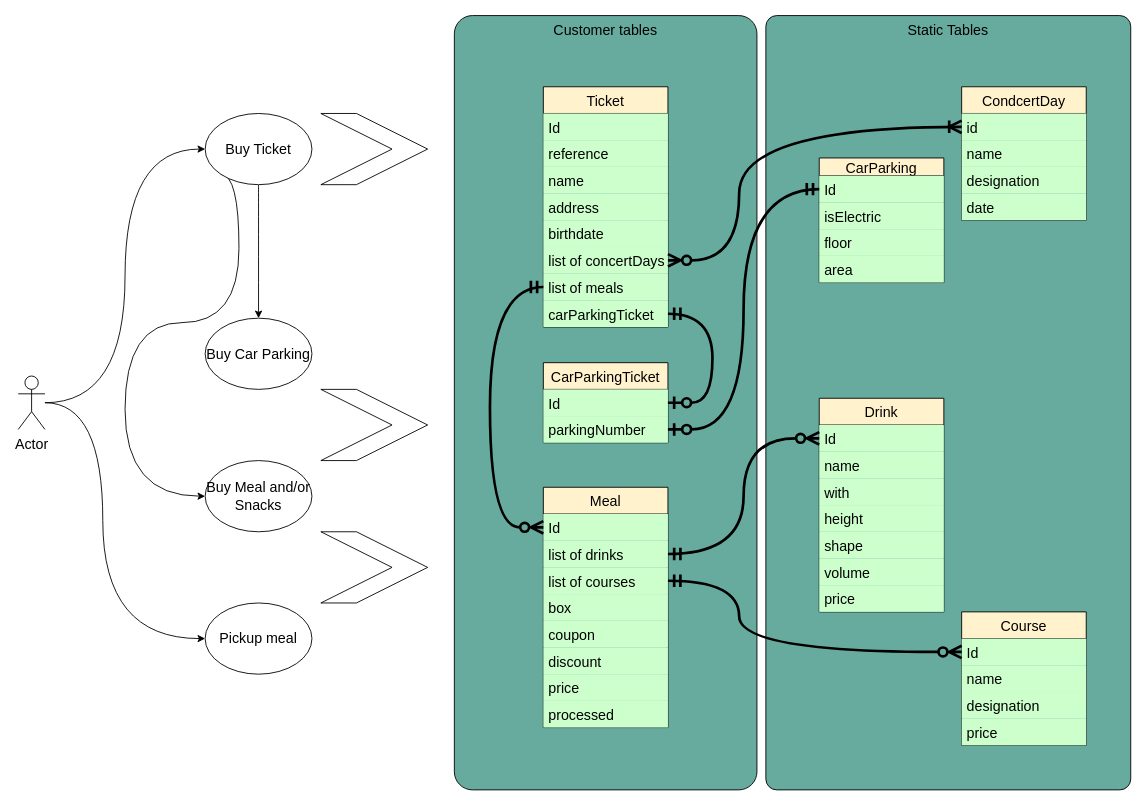
Earlier version of the draw.io diagram docs/sketches/articles.oyc.sketch1.drawio (jesperancinha/buy-odd-yucca-concert). Source tidied: cells renumbered, new cells numbered last; positions are measured from the earlier drawing's top-left corner, leaving out a move shared by most shapes. Both pictures are drawn from the tidied source at 89%, with x=0, y=0 at pixel (18, 15).
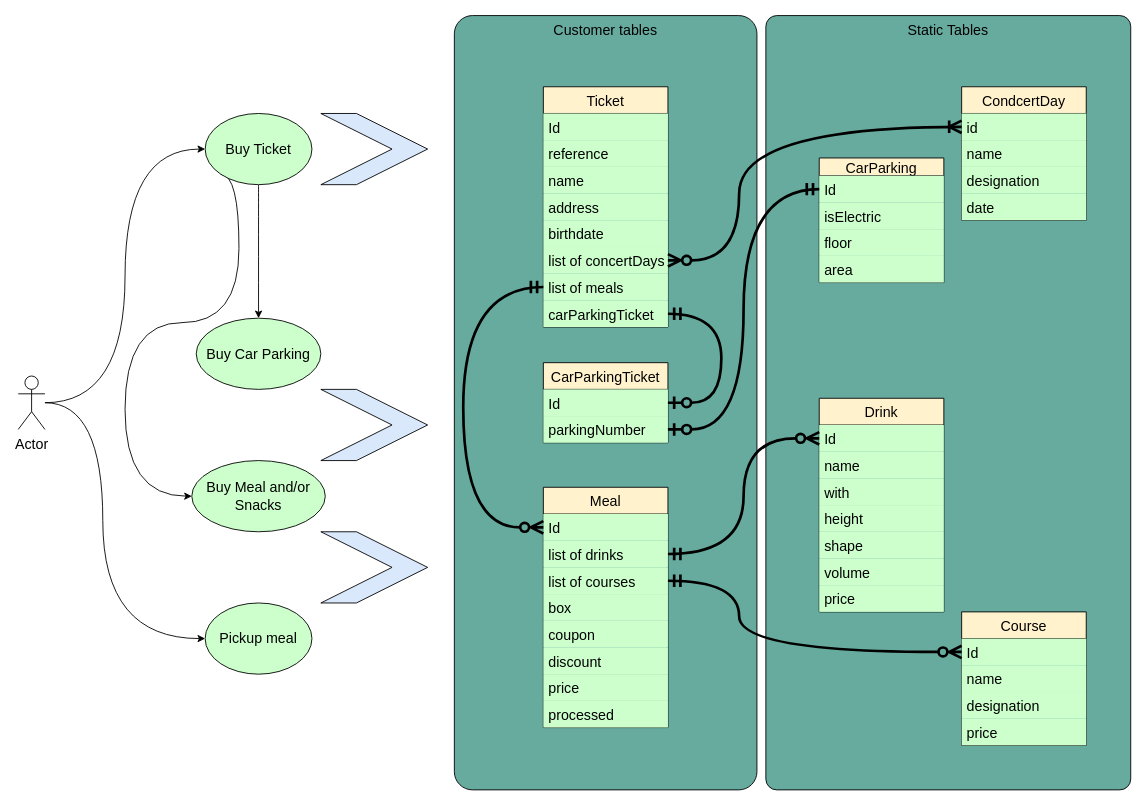
The same page after the edit.

Unchanged cells that the change refers to:
```xml
<mxCell id="14" value="list of meals" style="text;strokeColor=none;fillColor=#CCFFCC;align=left;verticalAlign=middle;spacingLeft=4;spacingRight=4;overflow=hidden;points=[[0,0.5],[1,0.5]];portConstraint=eastwest;fontSize=16;" parent="7" vertex="1">
  <mxGeometry y="210" width="140" height="30" as="geometry" />
</mxCell>
<mxCell id="15" value="carParkingTicket" style="text;strokeColor=none;fillColor=#CCFFCC;align=left;verticalAlign=middle;spacingLeft=4;spacingRight=4;overflow=hidden;points=[[0,0.5],[1,0.5]];portConstraint=eastwest;fontSize=16;" parent="7" vertex="1">
  <mxGeometry y="240" width="140" height="30" as="geometry" />
</mxCell>
<mxCell id="22" value="Id" style="text;strokeColor=none;fillColor=#CCFFCC;align=left;verticalAlign=middle;spacingLeft=4;spacingRight=4;overflow=hidden;points=[[0,0.5],[1,0.5]];portConstraint=eastwest;fontSize=16;" parent="21" vertex="1">
  <mxGeometry y="30" width="140" height="30" as="geometry" />
</mxCell>
<mxCell id="35" value="Id" style="text;strokeColor=none;fillColor=#CCFFCC;align=left;verticalAlign=middle;spacingLeft=4;spacingRight=4;overflow=hidden;points=[[0,0.5],[1,0.5]];portConstraint=eastwest;fontSize=16;" parent="34" vertex="1">
  <mxGeometry y="30" width="140" height="30" as="geometry" />
</mxCell>
```

Change to the diagram source:
```diff
@@
-    <mxCell id="18" value="Buy Ticket" style="ellipse;whiteSpace=wrap;html=1;fontSize=16;" parent="1" vertex="1">
+    <mxCell id="18" value="Buy Ticket" style="ellipse;whiteSpace=wrap;html=1;fontSize=16;fillColor=#CCFFCC;" parent="1" vertex="1">
       <mxGeometry x="210" y="110" width="120" height="80" as="geometry" />
     </mxCell>
-    <mxCell id="19" style="shape=step;perimeter=stepPerimeter;whiteSpace=wrap;html=1;fixedSize=1;size=80;fontSize=16;" parent="1" vertex="1">
+    <mxCell id="19" style="shape=step;perimeter=stepPerimeter;whiteSpace=wrap;html=1;fixedSize=1;size=80;fontSize=16;fillColor=#dae8fc;strokeColor=#000000;" parent="1" vertex="1">
       <mxGeometry x="340" y="110" width="120" height="80" as="geometry" />
     </mxCell>
-    <mxCell id="20" value="Buy Car Parking" style="ellipse;whiteSpace=wrap;html=1;fontSize=16;" parent="1" vertex="1">
-      <mxGeometry x="210" y="340" width="120" height="80" as="geometry" />
+    <mxCell id="20" value="Buy Car Parking" style="ellipse;whiteSpace=wrap;html=1;fontSize=16;fillColor=#CCFFCC;" parent="1" vertex="1">
+      <mxGeometry x="200" y="340" width="140" height="80" as="geometry" />
     </mxCell>
@@
-    <mxCell id="24" style="shape=step;perimeter=stepPerimeter;whiteSpace=wrap;html=1;fixedSize=1;size=80;fontSize=16;" parent="1" vertex="1">
+    <mxCell id="24" style="shape=step;perimeter=stepPerimeter;whiteSpace=wrap;html=1;fixedSize=1;size=80;fontSize=16;fillColor=#dae8fc;strokeColor=#000000;" parent="1" vertex="1">
       <mxGeometry x="340" y="420" width="120" height="80" as="geometry" />
     </mxCell>
@@
-    <mxCell id="31" value="Buy Meal and/or Snacks" style="ellipse;whiteSpace=wrap;html=1;fontSize=16;" parent="1" vertex="1">
-      <mxGeometry x="210" y="500" width="120" height="80" as="geometry" />
+    <mxCell id="31" value="Buy Meal and/or Snacks" style="ellipse;whiteSpace=wrap;html=1;fontSize=16;fillColor=#CCFFCC;" parent="1" vertex="1">
+      <mxGeometry x="195" y="500" width="150" height="80" as="geometry" />
     </mxCell>
-    <mxCell id="32" value="Pickup meal" style="ellipse;whiteSpace=wrap;html=1;fontSize=16;" parent="1" vertex="1">
+    <mxCell id="32" value="Pickup meal" style="ellipse;whiteSpace=wrap;html=1;fontSize=16;fillColor=#CCFFCC;" parent="1" vertex="1">
       <mxGeometry x="210" y="660" width="120" height="80" as="geometry" />
     </mxCell>
-    <mxCell id="33" style="shape=step;perimeter=stepPerimeter;whiteSpace=wrap;html=1;fixedSize=1;size=80;fontSize=16;" parent="1" vertex="1">
+    <mxCell id="33" style="shape=step;perimeter=stepPerimeter;whiteSpace=wrap;html=1;fixedSize=1;size=80;fontSize=16;fillColor=#dae8fc;strokeColor=#000000;" parent="1" vertex="1">
       <mxGeometry x="340" y="580" width="120" height="80" as="geometry" />
     </mxCell>
@@
     <mxCell id="64" style="edgeStyle=orthogonalEdgeStyle;curved=1;jettySize=auto;html=1;exitX=0;exitY=0.5;exitDx=0;exitDy=0;entryX=0;entryY=0.5;entryDx=0;entryDy=0;endSize=10;startSize=10;startArrow=ERmandOne;startFill=0;endArrow=ERzeroToMany;endFill=0;fontSize=16;strokeWidth=3;" parent="1" edge="1" source="14" target="35">
       <mxGeometry relative="1" as="geometry">
         <Array as="points">
-          <mxPoint x="530" y="305" />
-          <mxPoint x="530" y="575" />
+          <mxPoint x="500" y="305" />
+          <mxPoint x="500" y="575" />
         </Array>
       </mxGeometry>
     </mxCell>
@@
     <mxCell id="66" style="edgeStyle=orthogonalEdgeStyle;curved=1;jettySize=auto;html=1;entryX=1;entryY=0.5;entryDx=0;entryDy=0;fontSize=16;startArrow=ERmandOne;startFill=0;endArrow=ERzeroToOne;endFill=0;startSize=10;endSize=10;targetPerimeterSpacing=0;strokeWidth=3;" parent="1" edge="1" source="15" target="22">
       <mxGeometry relative="1" as="geometry">
         <Array as="points">
-          <mxPoint x="780" y="335" />
-          <mxPoint x="780" y="435" />
+          <mxPoint x="790" y="335" />
+          <mxPoint x="790" y="435" />
         </Array>
       </mxGeometry>
     </mxCell>
```
